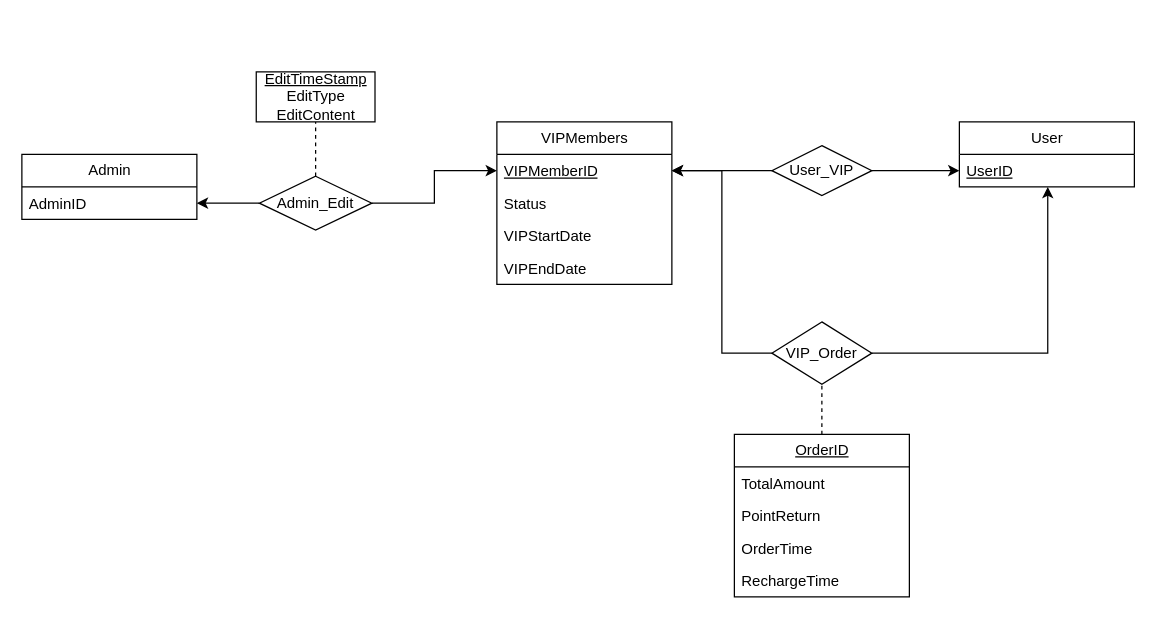
The draw.io diagram Resource/drawios/hjxGroup/VIP模块E-R图.drawio in LucasFrancis23213/DatabaseCourseDesign, before the edit. Source tidied: cells renumbered, new cells numbered last; positions are measured from the earlier drawing's top-left corner, leaving out a move shared by most shapes. Both pictures are drawn from the tidied source at 125%, with x=0, y=0 at pixel (21, 71).
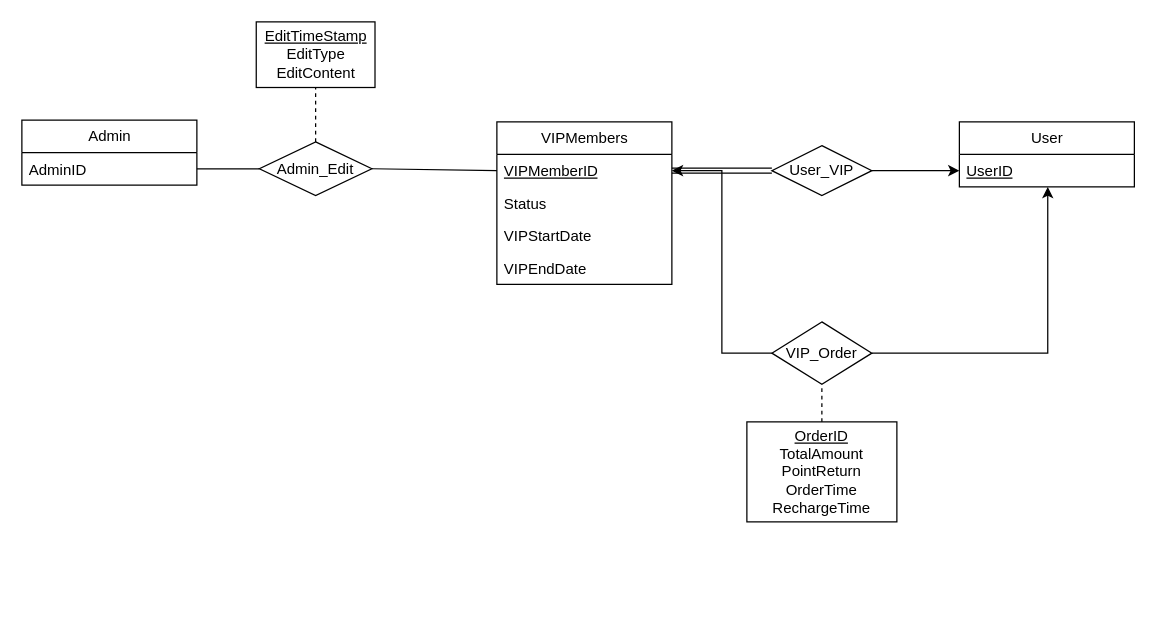
Above is the later version.

Commit message (it also covers changes not shown here):
修改VIP、广告模块E-R图、补充广告信息表缺失属性

The change refers to these unchanged cells:
```xml
<mxCell id="3" value="&lt;u&gt;VIPMemberID&lt;/u&gt;" style="text;strokeColor=none;fillColor=none;align=left;verticalAlign=top;spacingLeft=4;spacingRight=4;overflow=hidden;points=[[0,0.5],[1,0.5]];portConstraint=eastwest;whiteSpace=wrap;html=1;" parent="2" vertex="1">
  <mxGeometry y="26" width="140" height="26" as="geometry" />
</mxCell>
<mxCell id="9" value="User_VIP" style="rhombus;whiteSpace=wrap;html=1;" parent="1" vertex="1">
  <mxGeometry x="600" y="59" width="80" height="40" as="geometry" />
</mxCell>
<mxCell id="14" value="VIP_Order" style="rhombus;whiteSpace=wrap;html=1;" parent="1" vertex="1">
  <mxGeometry x="600" y="200" width="80" height="50" as="geometry" />
</mxCell>
<mxCell id="27" value="AdminID" style="text;strokeColor=none;fillColor=none;align=left;verticalAlign=top;spacingLeft=4;spacingRight=4;overflow=hidden;points=[[0,0.5],[1,0.5]];portConstraint=eastwest;whiteSpace=wrap;html=1;" parent="26" vertex="1">
  <mxGeometry y="26" width="140" height="26" as="geometry" />
</mxCell>
```

Diff of the diagram source:
```diff
@@
-    <mxCell id="7" style="edgeStyle=orthogonalEdgeStyle;rounded=0;jettySize=auto;html=1;exitX=0;exitY=0.5;exitDx=0;exitDy=0;entryX=1;entryY=0.5;entryDx=0;entryDy=0;" parent="1" edge="1" source="9" target="3">
-      <mxGeometry relative="1" as="geometry" />
-    </mxCell>
@@
-    <mxCell id="15" style="endArrow=none;dashed=1;html=1;rounded=0;entryX=0.5;entryY=1;entryDx=0;entryDy=0;exitX=0.5;exitY=0;exitDx=0;exitDy=0;" parent="1" edge="1" source="16" target="14">
+    <mxCell id="15" style="endArrow=none;dashed=1;html=1;rounded=0;entryX=0.5;entryY=1;entryDx=0;entryDy=0;exitX=0.5;exitY=0;exitDx=0;exitDy=0;" parent="1" edge="1" source="29" target="14">
       <mxGeometry relative="1" as="geometry" />
     </mxCell>
-    <mxCell id="16" value="&lt;u&gt;OrderID&lt;/u&gt;" style="swimlane;fontStyle=0;horizontal=1;startSize=26;fillColor=none;html=1;" parent="1" vertex="1">
-      <mxGeometry x="570" y="290" width="140" height="130" as="geometry" />
-    </mxCell>
-    <mxCell id="17" value="TotalAmount" style="text;strokeColor=none;fillColor=none;align=left;verticalAlign=top;spacingLeft=4;spacingRight=4;overflow=hidden;whiteSpace=wrap;html=1;" parent="16" vertex="1">
-      <mxGeometry y="26" width="140" height="26" as="geometry" />
-    </mxCell>
-    <mxCell id="18" value="PointReturn" style="text;strokeColor=none;fillColor=none;align=left;verticalAlign=top;spacingLeft=4;spacingRight=4;overflow=hidden;whiteSpace=wrap;html=1;" parent="16" vertex="1">
-      <mxGeometry y="52" width="140" height="26" as="geometry" />
-    </mxCell>
-    <mxCell id="19" value="OrderTime" style="text;strokeColor=none;fillColor=none;align=left;verticalAlign=top;spacingLeft=4;spacingRight=4;overflow=hidden;whiteSpace=wrap;html=1;" parent="16" vertex="1">
-      <mxGeometry y="78" width="140" height="26" as="geometry" />
-    </mxCell>
-    <mxCell id="20" value="RechargeTime" style="text;strokeColor=none;fillColor=none;align=left;verticalAlign=top;spacingLeft=4;spacingRight=4;overflow=hidden;whiteSpace=wrap;html=1;" parent="16" vertex="1">
-      <mxGeometry y="104" width="140" height="26" as="geometry" />
-    </mxCell>
-    <mxCell id="21" style="edgeStyle=orthogonalEdgeStyle;rounded=0;jettySize=auto;html=1;exitX=1;exitY=0.5;exitDx=0;exitDy=0;entryX=0;entryY=0.5;entryDx=0;entryDy=0;" parent="1" edge="1" source="23" target="3">
-      <mxGeometry relative="1" as="geometry" />
-    </mxCell>
-    <mxCell id="22" style="edgeStyle=orthogonalEdgeStyle;rounded=0;jettySize=auto;html=1;exitX=0;exitY=0.5;exitDx=0;exitDy=0;entryX=1;entryY=0.5;entryDx=0;entryDy=0;" parent="1" edge="1" source="23" target="27">
-      <mxGeometry relative="1" as="geometry" />
-    </mxCell>
     <mxCell id="23" value="Admin_Edit" style="rhombus;whiteSpace=wrap;html=1;" parent="1" vertex="1">
-      <mxGeometry x="190" y="83.5" width="90" height="43" as="geometry" />
+      <mxGeometry x="190" y="56" width="90" height="43" as="geometry" />
     </mxCell>
     <mxCell id="24" value="&lt;u&gt;EditTimeStamp&lt;/u&gt;&lt;br&gt;EditType&lt;br&gt;EditContent" style="whiteSpace=wrap;html=1;" parent="1" vertex="1">
-      <mxGeometry x="187.5" width="95" height="40" as="geometry" />
+      <mxGeometry x="187.5" y="-40" width="95" height="52.5" as="geometry" />
     </mxCell>
@@
     <mxCell id="26" value="Admin" style="swimlane;fontStyle=0;horizontal=1;startSize=26;fillColor=none;html=1;" parent="1" vertex="1">
-      <mxGeometry y="66" width="140" height="52" as="geometry" />
+      <mxGeometry y="38.5" width="140" height="52" as="geometry" />
     </mxCell>
@@
+    <mxCell id="28" style="shape=link;html=1;rounded=0;exitX=1;exitY=0.5;exitDx=0;exitDy=0;entryX=0;entryY=0.5;entryDx=0;entryDy=0;" parent="1" edge="1" source="3" target="9">
+      <mxGeometry relative="1" as="geometry" />
+    </mxCell>
+    <mxCell id="29" value="&lt;u style=&quot;&quot;&gt;OrderID&lt;br&gt;&lt;/u&gt;&lt;span style=&quot;text-align: left;&quot;&gt;TotalAmount&lt;br&gt;&lt;/span&gt;&lt;span style=&quot;text-align: left;&quot;&gt;PointReturn&lt;br&gt;&lt;/span&gt;&lt;span style=&quot;text-align: left;&quot;&gt;OrderTime&lt;br&gt;&lt;/span&gt;&lt;span style=&quot;text-align: left;&quot;&gt;RechargeTime&lt;/span&gt;&lt;u style=&quot;&quot;&gt;&lt;br&gt;&lt;/u&gt;" style="rounded=0;whiteSpace=wrap;html=1;" parent="1" vertex="1">
+      <mxGeometry x="580" y="280" width="120" height="80" as="geometry" />
+    </mxCell>
+    <mxCell id="21" style="endArrow=none;html=1;rounded=0;entryX=0;entryY=0.5;entryDx=0;entryDy=0;exitX=1;exitY=0.5;exitDx=0;exitDy=0;" parent="1" edge="1" source="23" target="3">
+      <mxGeometry relative="1" as="geometry" />
+    </mxCell>
+    <mxCell id="30" style="endArrow=none;html=1;rounded=0;entryX=0;entryY=0.5;entryDx=0;entryDy=0;exitX=1;exitY=0.5;exitDx=0;exitDy=0;" parent="1" edge="1" source="27" target="23">
+      <mxGeometry relative="1" as="geometry" />
+    </mxCell>
```
